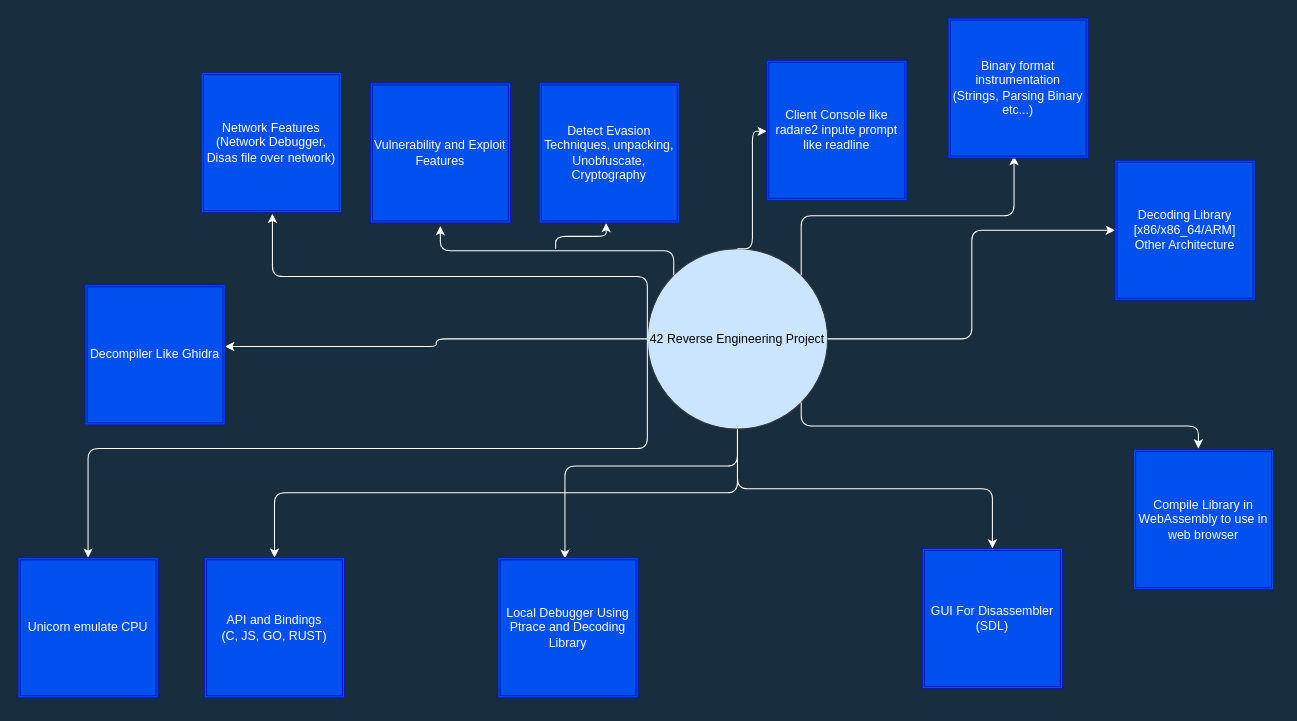
This is page "Main Project" (1 of 2) of 42Disas.drawio from 420verfl0w/42Disas, a draw.io file, before an edit. Source tidied: cells renumbered, new cells numbered last; positions are measured from the earlier drawing's top-left corner, leaving out a move shared by most shapes. Both pictures are drawn from the tidied source at 103%, with x=0, y=0 at pixel (18, 18).
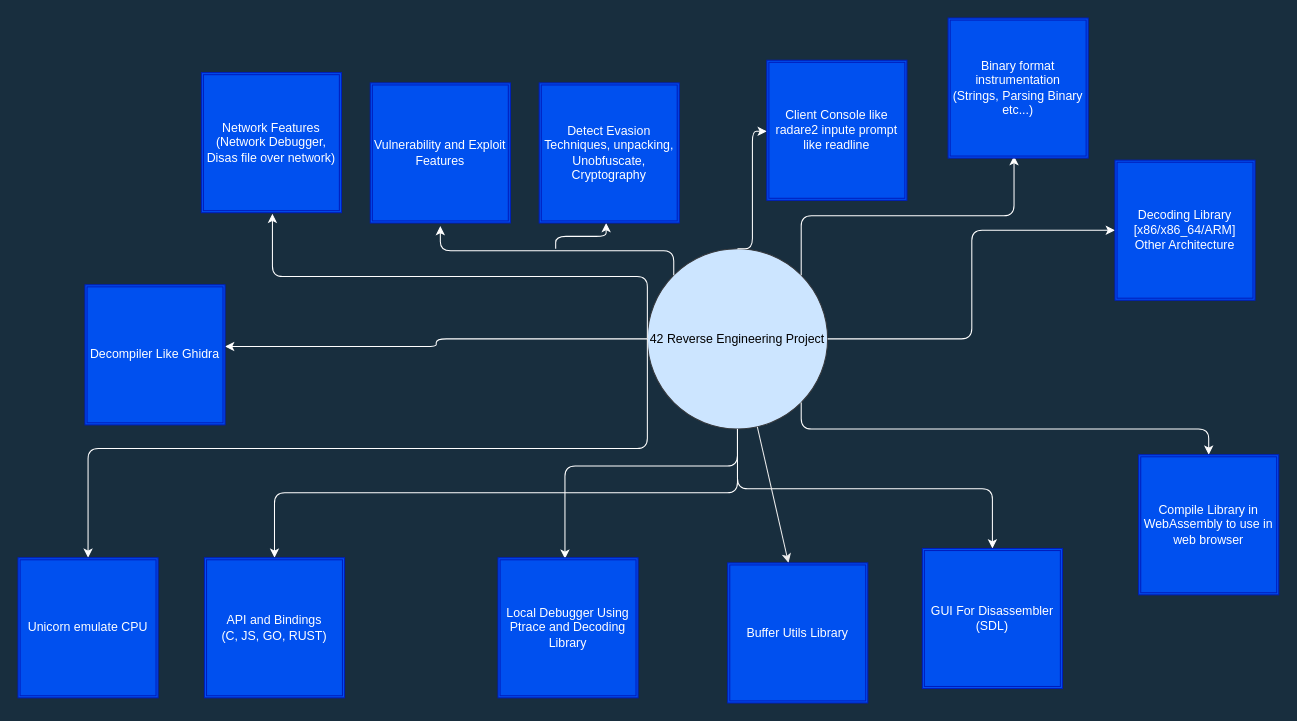
The same page after the edit.

The change refers to these unchanged cells:
```xml
<mxCell id="2" value="42 Reverse Engineering Project" style="ellipse;whiteSpace=wrap;html=1;rounded=0;sketch=0;strokeColor=#36393d;fillColor=#cce5ff;" parent="1" vertex="1">
  <mxGeometry x="611" y="224" width="175" height="175" as="geometry" />
</mxCell>
```

The edit, as a diff of the source:
```diff
@@
-    <mxCell id="21" style="edgeStyle=elbowEdgeStyle;elbow=vertical;endArrow=classic;html=1;rounded=1;sketch=0;fontColor=#FFFFFF;strokeColor=#FFFFFF;curved=0;exitX=1;exitY=1;exitDx=0;exitDy=0;" parent="1" edge="1" source="2">
-      <mxGeometry relative="1" as="geometry">
-        <mxPoint x="1146" y="418" as="targetPoint" />
-      </mxGeometry>
+    <mxCell id="21" style="edgeStyle=elbowEdgeStyle;elbow=vertical;endArrow=classic;html=1;rounded=1;sketch=0;fontColor=#FFFFFF;strokeColor=#FFFFFF;curved=0;exitX=1;exitY=1;exitDx=0;exitDy=0;entryX=0.5;entryY=0;entryDx=0;entryDy=0;" parent="1" edge="1" source="2" target="22">
+      <mxGeometry relative="1" as="geometry" />
     </mxCell>
     <mxCell id="22" value="Compile Library in WebAssembly to use in web browser" style="shape=ext;double=1;whiteSpace=wrap;html=1;rounded=0;sketch=0;fontColor=#ffffff;strokeColor=#001DBC;fillColor=#0050ef;glass=0;shadow=0;labelBorderColor=none;labelBackgroundColor=none;" parent="1" vertex="1">
-      <mxGeometry x="1083" y="419" width="136" height="136" as="geometry" />
+      <mxGeometry x="1088" y="424" width="136" height="136" as="geometry" />
     </mxCell>
@@
+    <mxCell id="27" style="endArrow=classic;html=1;rounded=1;sketch=0;fontFamily=Helvetica;fontColor=#FFFFFF;strokeColor=#EEEEEE;curved=0;" parent="1" edge="1" source="2">
+      <mxGeometry relative="1" as="geometry">
+        <mxPoint x="748" y="529" as="targetPoint" />
+      </mxGeometry>
+    </mxCell>
+    <mxCell id="28" value="Buffer Utils Library" style="shape=ext;double=1;whiteSpace=wrap;html=1;rounded=0;sketch=0;fontColor=#ffffff;strokeColor=#001DBC;fillColor=#0050ef;glass=0;shadow=0;labelBorderColor=none;labelBackgroundColor=none;" parent="1" vertex="1">
+      <mxGeometry x="689" y="529" width="136" height="136" as="geometry" />
+    </mxCell>
```
